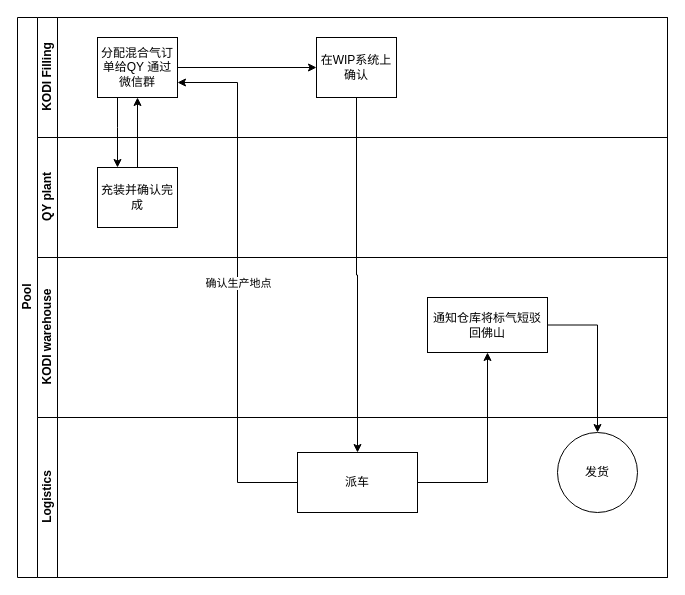
Earlier version of the draw.io diagram 未命名绘图.drawio (onion144/Java-foundation). Source tidied: cells renumbered, new cells numbered last; positions are measured from the earlier drawing's top-left corner, leaving out a move shared by most shapes. Both pictures are drawn from the tidied source at 100%, with x=0, y=0 at pixel (17, 17).
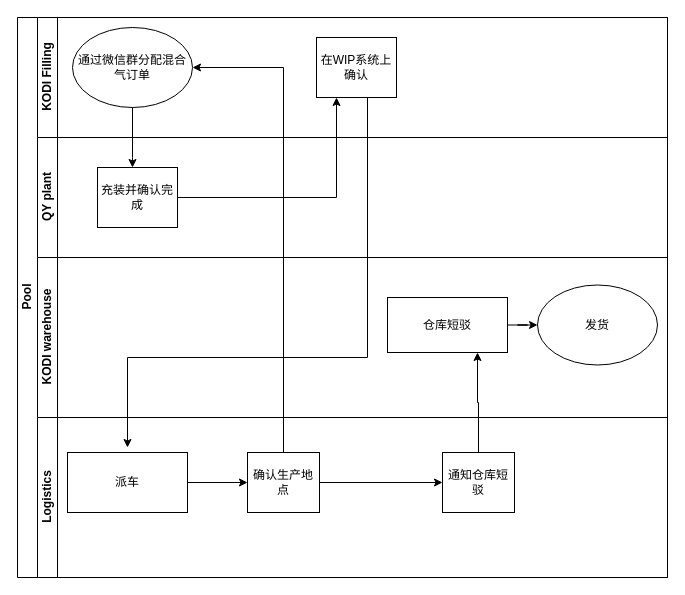
The same page after the edit.

Unchanged cells that the change refers to:
```xml
<mxCell id="2" value="Pool" style="swimlane;html=1;horizontal=0;startSize=20;" parent="1" vertex="1">
  <mxGeometry width="650" height="560" as="geometry" />
</mxCell>
<mxCell id="3" value="KODI Filling" style="swimlane;html=1;startSize=20;horizontal=0;" parent="2" vertex="1">
  <mxGeometry x="20" width="630" height="120" as="geometry" />
</mxCell>
<mxCell id="6" value="在WIP系统上确认" style="rounded=0;whiteSpace=wrap;html=1;fontFamily=Helvetica;fontSize=12;fontColor=#000000;align=center;" parent="3" vertex="1">
  <mxGeometry x="279" y="20" width="80" height="60" as="geometry" />
</mxCell>
<mxCell id="8" value="充装并确认完成" style="rounded=0;whiteSpace=wrap;html=1;fontFamily=Helvetica;fontSize=12;fontColor=#000000;align=center;" parent="7" vertex="1">
  <mxGeometry x="60" y="30" width="80" height="60" as="geometry" />
</mxCell>
<mxCell id="9" value="KODI warehouse" style="swimlane;html=1;startSize=20;horizontal=0;" parent="2" vertex="1">
  <mxGeometry x="20" y="240" width="630" height="160" as="geometry" />
</mxCell>
```

Change to the diagram source:
```diff
@@
-    <mxCell id="4" style="edgeStyle=orthogonalEdgeStyle;rounded=0;jettySize=auto;html=1;" parent="3" edge="1" source="5" target="6">
-      <mxGeometry relative="1" as="geometry" />
-    </mxCell>
-    <mxCell id="5" value="分配混合气订单给QY 通过微信群" style="rounded=0;whiteSpace=wrap;html=1;fontFamily=Helvetica;fontSize=12;fontColor=#000000;align=center;" parent="3" vertex="1">
-      <mxGeometry x="60" y="20" width="80" height="60" as="geometry" />
-    </mxCell>
@@
+    <mxCell id="21" value="通过微信群分配混合气订单" style="ellipse;whiteSpace=wrap;html=1;" parent="3" vertex="1">
+      <mxGeometry x="35" y="10" width="120" height="80" as="geometry" />
+    </mxCell>
@@
+    <mxCell id="20" style="edgeStyle=orthogonalEdgeStyle;rounded=0;jettySize=auto;html=1;entryX=0;entryY=0.5;entryDx=0;entryDy=0;" parent="9" edge="1" source="10" target="13">
+      <mxGeometry relative="1" as="geometry" />
+    </mxCell>
-    <mxCell id="10" value="通知仓库将标气短驳回佛山" style="whiteSpace=wrap;html=1;fontColor=#000000;rounded=0;" parent="9" vertex="1">
-      <mxGeometry x="390" y="40" width="120" height="55" as="geometry" />
+    <mxCell id="10" value="仓库短驳" style="whiteSpace=wrap;html=1;fontColor=#000000;rounded=0;" parent="9" vertex="1">
+      <mxGeometry x="350" y="40" width="120" height="55" as="geometry" />
     </mxCell>
-    <mxCell id="11" value="Logistics" style="swimlane;html=1;startSize=20;horizontal=0;" parent="2" vertex="1">
-      <mxGeometry x="20" y="400" width="630" height="160" as="geometry" />
-    </mxCell>
-    <mxCell id="12" value="派车" style="rounded=0;whiteSpace=wrap;html=1;fontColor=#000000;" parent="11" vertex="1">
-      <mxGeometry x="260" y="35" width="120" height="60" as="geometry" />
-    </mxCell>
-    <mxCell id="13" value="发货" style="ellipse;whiteSpace=wrap;html=1;fontColor=#000000;rounded=0;" parent="11" vertex="1">
-      <mxGeometry x="520" y="15" width="80" height="80" as="geometry" />
+    <mxCell id="13" value="发货" style="ellipse;whiteSpace=wrap;html=1;" parent="9" vertex="1">
+      <mxGeometry x="500" y="27.5" width="120" height="80" as="geometry" />
     </mxCell>
-    <mxCell id="14" style="edgeStyle=orthogonalEdgeStyle;rounded=0;jettySize=auto;html=1;" parent="2" edge="1" source="5" target="8">
-      <mxGeometry relative="1" as="geometry">
-        <Array as="points">
-          <mxPoint x="100" y="110" />
-          <mxPoint x="100" y="110" />
-        </Array>
-      </mxGeometry>
-    </mxCell>
-    <mxCell id="15" style="edgeStyle=orthogonalEdgeStyle;rounded=0;jettySize=auto;html=1;" parent="2" edge="1" source="8" target="5">
+    <mxCell id="15" style="edgeStyle=orthogonalEdgeStyle;rounded=0;jettySize=auto;html=1;entryX=0.25;entryY=1;entryDx=0;entryDy=0;" parent="2" edge="1" source="8" target="6">
       <mxGeometry relative="1" as="geometry" />
     </mxCell>
-    <mxCell id="16" style="edgeStyle=orthogonalEdgeStyle;rounded=0;jettySize=auto;html=1;" parent="2" edge="1" source="6" target="12">
-      <mxGeometry relative="1" as="geometry" />
+    <mxCell id="16" style="edgeStyle=orthogonalEdgeStyle;rounded=0;jettySize=auto;html=1;" parent="2" edge="1" source="6">
+      <mxGeometry relative="1" as="geometry">
+        <mxPoint x="110" y="430" as="targetPoint" />
+        <Array as="points">
+          <mxPoint x="350" y="340" />
+          <mxPoint x="110" y="340" />
+        </Array>
+      </mxGeometry>
     </mxCell>
-    <mxCell id="17" style="edgeStyle=orthogonalEdgeStyle;rounded=0;jettySize=auto;html=1;" parent="2" edge="1" source="12" target="10">
-      <mxGeometry relative="1" as="geometry" />
-    </mxCell>
-    <mxCell id="18" style="endArrow=classic;html=1;rounded=0;edgeStyle=orthogonalEdgeStyle;exitX=0;exitY=0.5;exitDx=0;exitDy=0;entryX=1;entryY=0.75;entryDx=0;entryDy=0;" parent="2" edge="1" source="12" target="5">
-      <mxGeometry relative="1" as="geometry" />
-    </mxCell>
+    <mxCell id="22" style="edgeStyle=orthogonalEdgeStyle;rounded=0;jettySize=auto;html=1;" parent="2" edge="1" source="21" target="8">
+      <mxGeometry relative="1" as="geometry">
+        <Array as="points">
+          <mxPoint x="115" y="140" />
+          <mxPoint x="115" y="140" />
+        </Array>
+      </mxGeometry>
+    </mxCell>
+    <mxCell id="23" style="edgeStyle=orthogonalEdgeStyle;rounded=0;jettySize=auto;html=1;entryX=0.75;entryY=1;entryDx=0;entryDy=0;" parent="2" edge="1" source="25" target="10">
+      <mxGeometry relative="1" as="geometry" />
+    </mxCell>
+    <mxCell id="11" value="Logistics" style="swimlane;html=1;startSize=20;horizontal=0;" parent="2" vertex="1">
+      <mxGeometry x="20" y="400" width="630" height="160" as="geometry" />
+    </mxCell>
+    <mxCell id="24" style="edgeStyle=orthogonalEdgeStyle;rounded=0;jettySize=auto;html=1;" parent="11" edge="1" source="12" target="19">
+      <mxGeometry relative="1" as="geometry" />
+    </mxCell>
+    <mxCell id="12" value="派车" style="rounded=0;whiteSpace=wrap;html=1;fontColor=#000000;" parent="11" vertex="1">
+      <mxGeometry x="30" y="35" width="120" height="60" as="geometry" />
+    </mxCell>
+    <mxCell id="25" value="通知仓库短驳" style="rounded=0;whiteSpace=wrap;html=1;fontColor=#000000;" parent="11" vertex="1">
+      <mxGeometry x="405" y="35" width="72" height="60" as="geometry" />
+    </mxCell>
+    <mxCell id="26" style="edgeStyle=orthogonalEdgeStyle;rounded=0;jettySize=auto;html=1;entryX=0;entryY=0.5;entryDx=0;entryDy=0;" parent="11" edge="1" source="19" target="25">
+      <mxGeometry relative="1" as="geometry" />
+    </mxCell>
-    <mxCell id="19" value="确认生产地点" style="edgeLabel;html=1;align=center;verticalAlign=middle;" parent="18" vertex="1">
-      <mxGeometry relative="1" as="geometry" />
+    <mxCell id="19" value="确认生产地点" style="rounded=0;whiteSpace=wrap;html=1;fontColor=#000000;" parent="11" vertex="1">
+      <mxGeometry x="210" y="35" width="72" height="60" as="geometry" />
     </mxCell>
-    <mxCell id="20" style="edgeStyle=orthogonalEdgeStyle;rounded=0;jettySize=auto;html=1;" parent="2" edge="1" source="10" target="13">
-      <mxGeometry relative="1" as="geometry" />
-    </mxCell>
+    <mxCell id="27" style="edgeStyle=orthogonalEdgeStyle;rounded=0;jettySize=auto;html=1;entryX=1;entryY=0.5;entryDx=0;entryDy=0;exitX=0.5;exitY=0;exitDx=0;exitDy=0;" parent="2" edge="1" source="19" target="21">
+      <mxGeometry relative="1" as="geometry" />
+    </mxCell>
```
